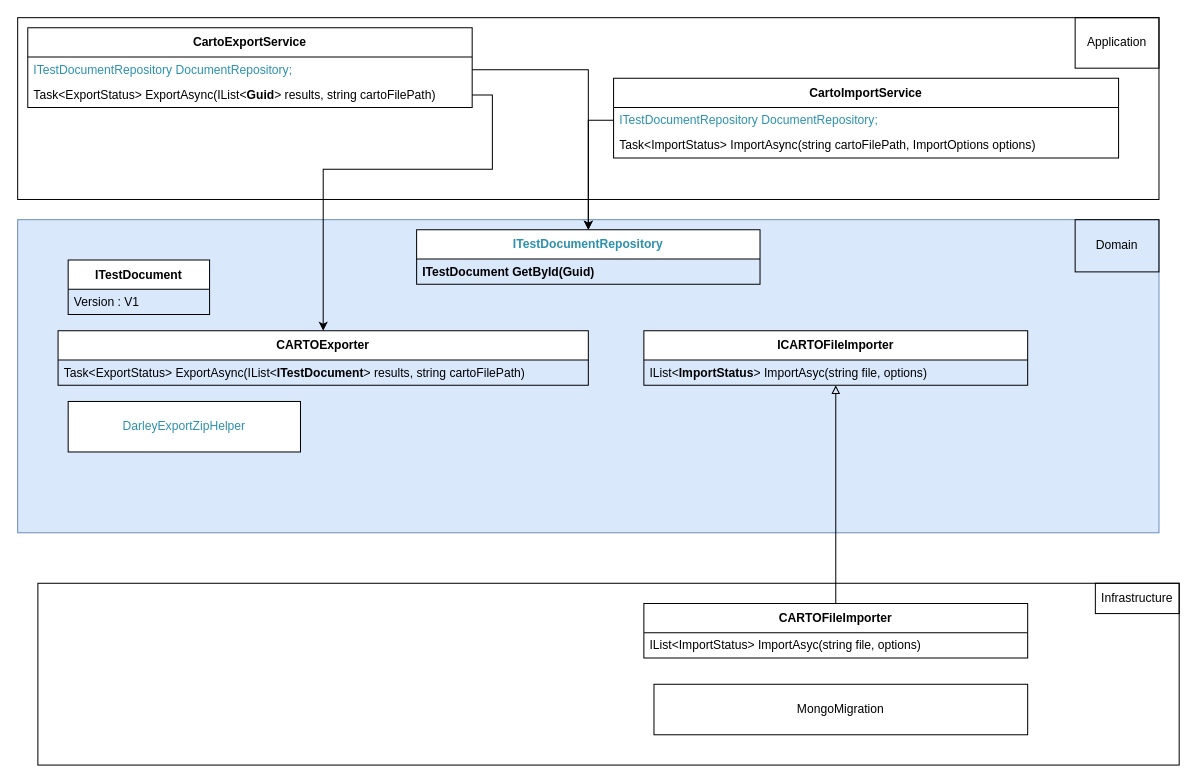
The draw.io diagram Temp/DarleyImport&Export.drawio in AmolSJawalkar/DrawIO, before the edit. Source tidied: cells renumbered, new cells numbered last; positions are measured from the earlier drawing's top-left corner, leaving out a move shared by most shapes. Both pictures are drawn from the tidied source at 101%, with x=0, y=0 at pixel (17, 17).
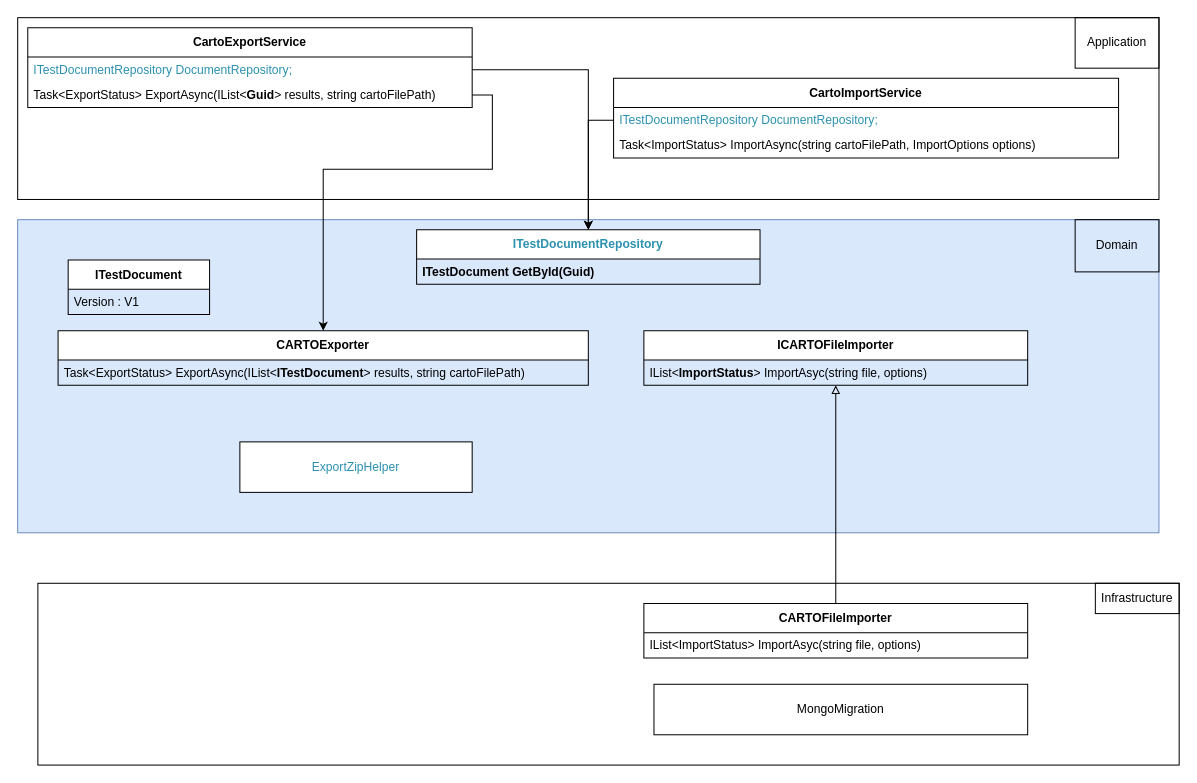
After the change.

The change refers to these unchanged cells:
```xml
<mxCell id="8" style="group;" parent="1" vertex="1">
  <mxGeometry y="200" width="1130" height="310" as="geometry" />
</mxCell>
```

What changed in the source:
```diff
@@
-    <mxCell id="11" value="&lt;pre style=&quot;font-family: &amp;quot;Cascadia Mono&amp;quot;; font-size: 9pt;&quot;&gt;&lt;span style=&quot;color:#2b91af&quot;&gt;DarleyExportZipHelper&lt;/span&gt;&lt;/pre&gt;" style="html=1;whiteSpace=wrap;" parent="8" vertex="1">
-      <mxGeometry x="50" y="180" width="230" height="50" as="geometry" />
+    <mxCell id="11" value="&lt;pre style=&quot;font-family: &amp;quot;Cascadia Mono&amp;quot;; font-size: 9pt;&quot;&gt;&lt;span style=&quot;color: rgb(43, 145, 175);&quot;&gt;ExportZipHelper&lt;/span&gt;&lt;/pre&gt;" style="html=1;whiteSpace=wrap;" parent="8" vertex="1">
+      <mxGeometry x="220" y="220" width="230" height="50" as="geometry" />
     </mxCell>
```
